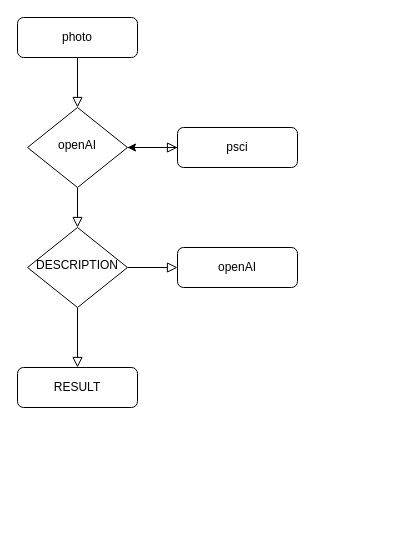
Earlier version of the draw.io diagram 未命名绘图.drawio (baozhijie1942/6319mid). Source tidied: cells renumbered, new cells numbered last; positions are measured from the earlier drawing's top-left corner, leaving out a move shared by most shapes. Both pictures are drawn from the tidied source at 100%, with x=0, y=0 at pixel (17, 17).
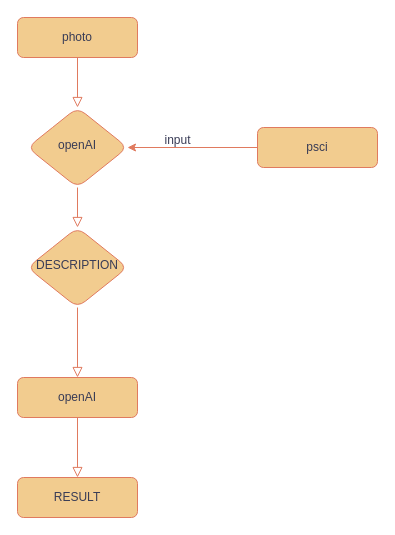
Above is the later version.

Commit message:
更新未命名绘图.drawio

Diff of the diagram source:
```diff
@@
 <mxGraphModel>
   <root>
     <mxCell id="0" />
     <mxCell id="1" parent="0" />
-    <mxCell id="2" style="rounded=0;html=1;jettySize=auto;fontSize=11;endArrow=block;endFill=0;endSize=8;strokeWidth=1;shadow=0;labelBackgroundColor=none;edgeStyle=orthogonalEdgeStyle;" parent="1" edge="1" source="3" target="6">
+    <mxCell id="2" style="rounded=1;html=1;jettySize=auto;fontSize=11;endArrow=block;endFill=0;endSize=8;strokeWidth=1;shadow=0;labelBackgroundColor=none;edgeStyle=orthogonalEdgeStyle;strokeColor=#E07A5F;fontColor=default;" parent="1" edge="1" source="3" target="6">
       <mxGeometry relative="1" as="geometry" />
     </mxCell>
-    <mxCell id="3" value="photo" style="rounded=1;whiteSpace=wrap;html=1;fontSize=12;glass=0;strokeWidth=1;shadow=0;" parent="1" vertex="1">
+    <mxCell id="3" value="photo" style="rounded=1;whiteSpace=wrap;html=1;fontSize=12;glass=0;strokeWidth=1;shadow=0;fillColor=#F2CC8F;strokeColor=#E07A5F;labelBackgroundColor=none;fontColor=#393C56;" parent="1" vertex="1">
       <mxGeometry width="120" height="40" as="geometry" />
     </mxCell>
-    <mxCell id="4" style="rounded=0;html=1;jettySize=auto;fontSize=11;endArrow=block;endFill=0;endSize=8;strokeWidth=1;shadow=0;labelBackgroundColor=none;edgeStyle=orthogonalEdgeStyle;" parent="1" edge="1" source="6" target="11">
+    <mxCell id="4" style="rounded=1;html=1;jettySize=auto;fontSize=11;endArrow=block;endFill=0;endSize=8;strokeWidth=1;shadow=0;labelBackgroundColor=none;edgeStyle=orthogonalEdgeStyle;strokeColor=#E07A5F;fontColor=default;" parent="1" edge="1" source="6" target="11">
       <mxGeometry y="20" relative="1" as="geometry" />
     </mxCell>
-    <mxCell id="5" style="edgeStyle=orthogonalEdgeStyle;rounded=0;html=1;jettySize=auto;fontSize=11;endArrow=block;endFill=0;endSize=8;strokeWidth=1;shadow=0;labelBackgroundColor=none;" parent="1" edge="1" source="6" target="8">
-      <mxGeometry y="10" relative="1" as="geometry" />
-    </mxCell>
+    <mxCell id="7" style="edgeStyle=orthogonalEdgeStyle;rounded=1;jettySize=auto;html=1;exitX=0;exitY=0.5;exitDx=0;exitDy=0;entryX=1;entryY=0.5;entryDx=0;entryDy=0;labelBackgroundColor=none;strokeColor=#E07A5F;fontColor=default;" parent="1" edge="1" source="8" target="6">
+      <mxGeometry relative="1" as="geometry" />
+    </mxCell>
-    <mxCell id="6" value="openAI" style="rhombus;whiteSpace=wrap;html=1;shadow=0;fontFamily=Helvetica;fontSize=12;align=center;strokeWidth=1;spacing=6;spacingTop=-4;" parent="1" vertex="1">
+    <mxCell id="6" value="openAI" style="rhombus;whiteSpace=wrap;html=1;shadow=0;fontFamily=Helvetica;fontSize=12;align=center;strokeWidth=1;spacing=6;spacingTop=-4;fillColor=#F2CC8F;strokeColor=#E07A5F;labelBackgroundColor=none;fontColor=#393C56;rounded=1;" parent="1" vertex="1">
       <mxGeometry x="10" y="90" width="100" height="80" as="geometry" />
     </mxCell>
-    <mxCell id="7" style="edgeStyle=orthogonalEdgeStyle;rounded=0;jettySize=auto;html=1;" parent="1" edge="1" source="8" target="6">
-      <mxGeometry relative="1" as="geometry" />
-    </mxCell>
-    <mxCell id="8" value="psci" style="rounded=1;whiteSpace=wrap;html=1;fontSize=12;glass=0;strokeWidth=1;shadow=0;" parent="1" vertex="1">
-      <mxGeometry x="160" y="110" width="120" height="40" as="geometry" />
+    <mxCell id="8" value="psci" style="rounded=1;whiteSpace=wrap;html=1;fontSize=12;glass=0;strokeWidth=1;shadow=0;labelBackgroundColor=none;fillColor=#F2CC8F;strokeColor=#E07A5F;fontColor=#393C56;" parent="1" vertex="1">
+      <mxGeometry x="240" y="110" width="120" height="40" as="geometry" />
     </mxCell>
-    <mxCell id="9" style="rounded=0;html=1;jettySize=auto;fontSize=11;endArrow=block;endFill=0;endSize=8;strokeWidth=1;shadow=0;labelBackgroundColor=none;edgeStyle=orthogonalEdgeStyle;" parent="1" edge="1" source="11" target="12">
+    <mxCell id="9" style="rounded=1;html=1;jettySize=auto;fontSize=11;endArrow=block;endFill=0;endSize=8;strokeWidth=1;shadow=0;labelBackgroundColor=none;edgeStyle=orthogonalEdgeStyle;strokeColor=#E07A5F;fontColor=default;" parent="1" edge="1" source="13" target="12">
       <mxGeometry x="0.33" y="20" relative="1" as="geometry" />
     </mxCell>
-    <mxCell id="10" style="edgeStyle=orthogonalEdgeStyle;rounded=0;html=1;jettySize=auto;fontSize=11;endArrow=block;endFill=0;endSize=8;strokeWidth=1;shadow=0;labelBackgroundColor=none;" parent="1" edge="1" source="11" target="13">
+    <mxCell id="10" style="edgeStyle=orthogonalEdgeStyle;rounded=1;html=1;jettySize=auto;fontSize=11;endArrow=block;endFill=0;endSize=8;strokeWidth=1;shadow=0;labelBackgroundColor=none;strokeColor=#E07A5F;fontColor=default;" parent="1" edge="1" source="11" target="13">
       <mxGeometry y="10" relative="1" as="geometry" />
     </mxCell>
-    <mxCell id="11" value="DESCRIPTION" style="rhombus;whiteSpace=wrap;html=1;shadow=0;fontFamily=Helvetica;fontSize=12;align=center;strokeWidth=1;spacing=6;spacingTop=-4;" parent="1" vertex="1">
+    <mxCell id="11" value="DESCRIPTION" style="rhombus;whiteSpace=wrap;html=1;shadow=0;fontFamily=Helvetica;fontSize=12;align=center;strokeWidth=1;spacing=6;spacingTop=-4;labelBackgroundColor=none;fillColor=#F2CC8F;strokeColor=#E07A5F;fontColor=#393C56;rounded=1;" parent="1" vertex="1">
       <mxGeometry x="10" y="210" width="100" height="80" as="geometry" />
     </mxCell>
-    <mxCell id="12" value="RESULT" style="rounded=1;whiteSpace=wrap;html=1;fontSize=12;glass=0;strokeWidth=1;shadow=0;" parent="1" vertex="1">
-      <mxGeometry y="350" width="120" height="40" as="geometry" />
+    <mxCell id="12" value="RESULT" style="rounded=1;whiteSpace=wrap;html=1;fontSize=12;glass=0;strokeWidth=1;shadow=0;fillColor=#F2CC8F;strokeColor=#E07A5F;labelBackgroundColor=none;fontColor=#393C56;" parent="1" vertex="1">
+      <mxGeometry y="460" width="120" height="40" as="geometry" />
     </mxCell>
-    <mxCell id="13" value="openAI" style="rounded=1;whiteSpace=wrap;html=1;fontSize=12;glass=0;strokeWidth=1;shadow=0;" parent="1" vertex="1">
-      <mxGeometry x="160" y="230" width="120" height="40" as="geometry" />
+    <mxCell id="13" value="openAI" style="rounded=1;whiteSpace=wrap;html=1;fontSize=12;glass=0;strokeWidth=1;shadow=0;fillColor=#F2CC8F;strokeColor=#E07A5F;labelBackgroundColor=none;fontColor=#393C56;" parent="1" vertex="1">
+      <mxGeometry y="360" width="120" height="40" as="geometry" />
     </mxCell>
+    <mxCell id="14" value="input" style="text;html=1;align=center;verticalAlign=middle;strokeColor=none;fillColor=none;labelBackgroundColor=none;fontColor=#393C56;rounded=1;" parent="1" vertex="1">
+      <mxGeometry x="135" y="108" width="50" height="30" as="geometry" />
+    </mxCell>
   </root>
 </mxGraphModel>
```
